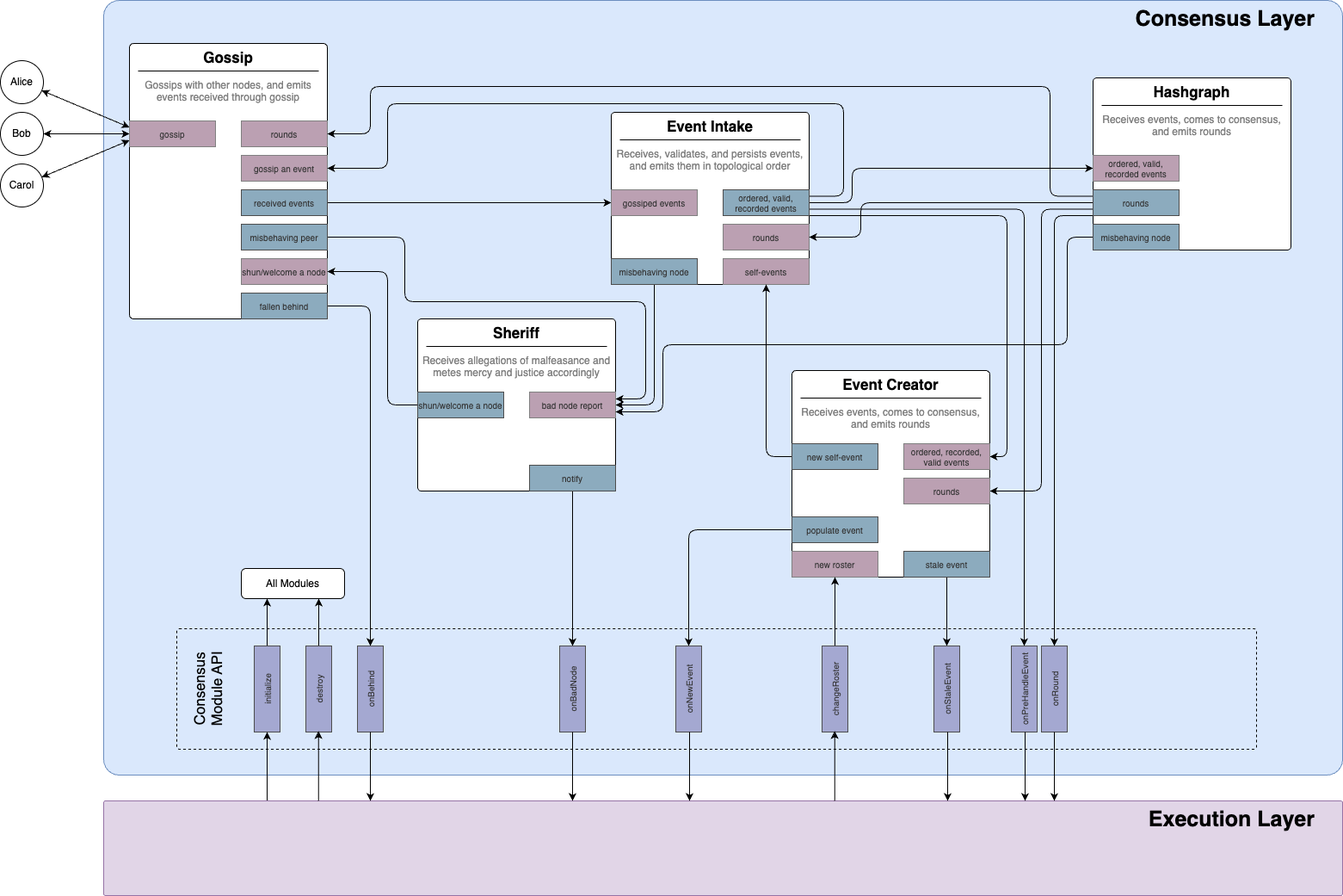
hashgraph/hedera-services keeps this draw.io diagram as platform-sdk/docs/proposals/consensus-layer/consensus-module-arch.png. Above is the earlier version. Source tidied: cells renumbered, new cells last; positions are measured from the earlier drawing's top-left corner, leaving out a move shared by most shapes.
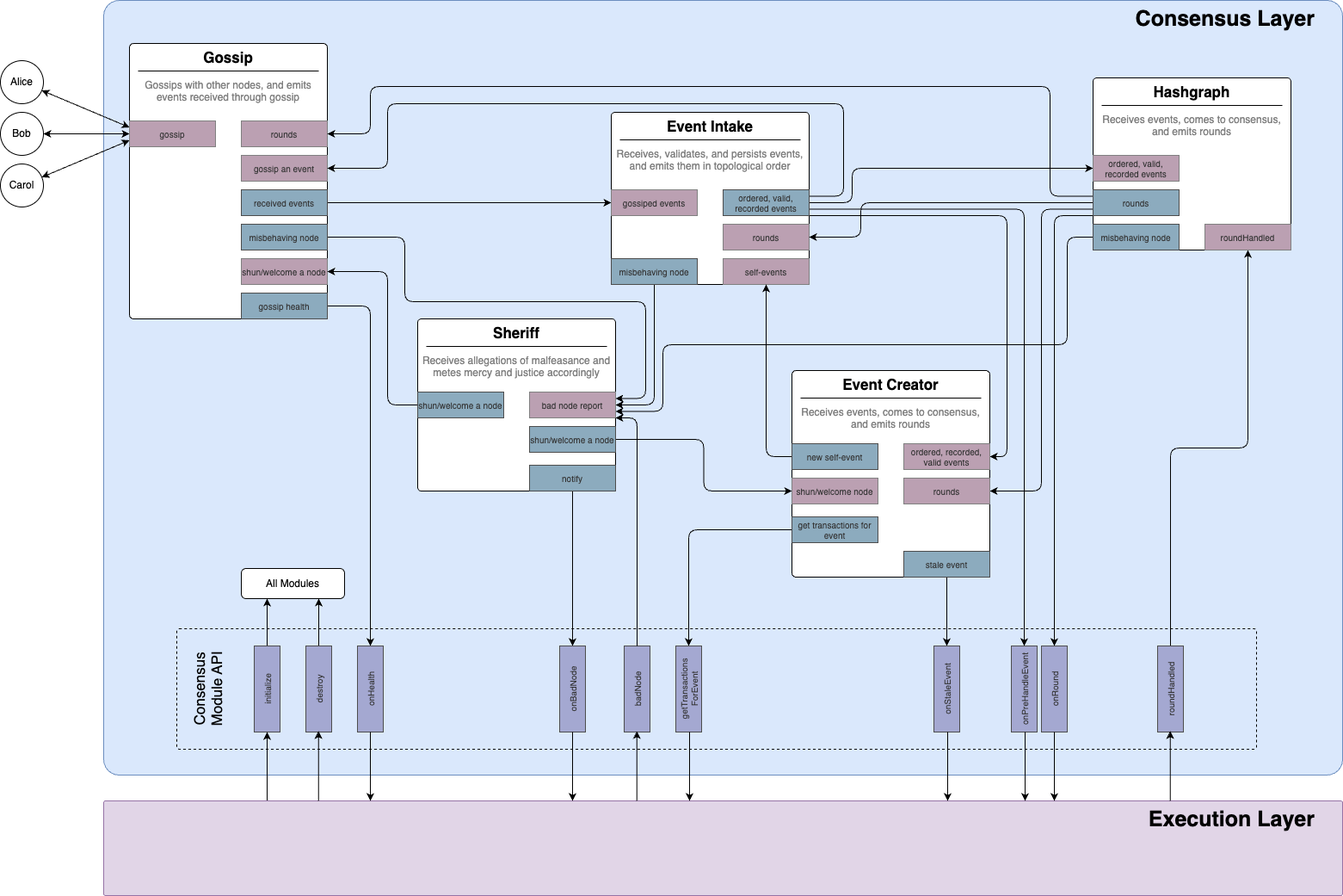
Above is the later version.

Change to the diagram source:
```diff
@@ -49,7 +49,7 @@
         </Array>
       </mxGeometry>
     </mxCell>
-    <mxCell id="15" value="fallen behind" style="rounded=0;whiteSpace=wrap;html=1;fontSize=10;fontColor=#333333;strokeColor=#4D4D4D;align=center;verticalAlign=middle;fontFamily=Helvetica;fillColor=#8CABBE;" parent="1" vertex="1">
+    <mxCell id="15" value="gossip health" style="rounded=0;whiteSpace=wrap;html=1;fontSize=10;fontColor=#333333;strokeColor=#4D4D4D;align=center;verticalAlign=middle;fontFamily=Helvetica;fillColor=#8CABBE;" parent="1" vertex="1">
       <mxGeometry x="280" y="340" width="100" height="30" as="geometry" />
     </mxCell>
     <mxCell id="16" style="edgeStyle=orthogonalEdgeStyle;rounded=1;jettySize=auto;html=1;exitX=1;exitY=0.5;exitDx=0;exitDy=0;entryX=1;entryY=0.25;entryDx=0;entryDy=0;curved=0;" parent="1" edge="1" source="17" target="40">
@@ -63,7 +63,7 @@
         </Array>
       </mxGeometry>
     </mxCell>
-    <mxCell id="17" value="misbehaving peer" style="rounded=0;whiteSpace=wrap;html=1;fontSize=10;fontColor=#333333;strokeColor=#4D4D4D;align=center;verticalAlign=middle;fontFamily=Helvetica;fillColor=#8CABBE;" parent="1" vertex="1">
+    <mxCell id="17" value="misbehaving node" style="rounded=0;whiteSpace=wrap;html=1;fontSize=10;fontColor=#333333;strokeColor=#4D4D4D;align=center;verticalAlign=middle;fontFamily=Helvetica;fillColor=#8CABBE;" parent="1" vertex="1">
       <mxGeometry x="280" y="260" width="100" height="30" as="geometry" />
     </mxCell>
     <mxCell id="18" value="shun/welcome a node" style="rounded=0;whiteSpace=wrap;html=1;fontSize=10;fontColor=#333333;strokeColor=#808080;shadow=0;glass=0;align=center;verticalAlign=middle;fontFamily=Helvetica;fillColor=#BBA0B2;" parent="1" vertex="1">
@@ -251,7 +251,7 @@
     <mxCell id="55" style="edgeStyle=orthogonalEdgeStyle;rounded=1;jettySize=auto;html=1;exitX=0;exitY=0.5;exitDx=0;exitDy=0;entryX=1;entryY=0.5;entryDx=0;entryDy=0;curved=0;" parent="1" edge="1" source="56" target="65">
       <mxGeometry relative="1" as="geometry" />
     </mxCell>
-    <mxCell id="56" value="populate event" style="rounded=0;whiteSpace=wrap;html=1;fontSize=10;fontColor=#333333;strokeColor=#4D4D4D;fillColor=#8CABBE;" parent="1" vertex="1">
+    <mxCell id="56" value="get transactions for event" style="rounded=0;whiteSpace=wrap;html=1;fontSize=10;fontColor=#333333;strokeColor=#4D4D4D;fillColor=#8CABBE;" parent="1" vertex="1">
       <mxGeometry x="920" y="600" width="100" height="30" as="geometry" />
     </mxCell>
     <mxCell id="57" value="ordered, recorded, valid events" style="rounded=0;whiteSpace=wrap;html=1;fontSize=10;fontColor=#333333;strokeColor=#808080;shadow=0;glass=0;align=center;verticalAlign=middle;fontFamily=Helvetica;fillColor=#BBA0B2;" parent="1" vertex="1">
@@ -266,9 +266,6 @@
     <mxCell id="60" value="stale event" style="rounded=0;whiteSpace=wrap;html=1;fontSize=10;fontColor=#333333;strokeColor=#4D4D4D;fillColor=#8CABBE;" parent="1" vertex="1">
       <mxGeometry x="1050" y="640" width="100" height="30" as="geometry" />
     </mxCell>
-    <mxCell id="61" value="new roster" style="rounded=0;whiteSpace=wrap;html=1;fontSize=10;fontColor=#333333;strokeColor=#808080;fillColor=#BBA0B2;shadow=0;glass=0;align=center;verticalAlign=middle;fontFamily=Helvetica;" parent="1" vertex="1">
-      <mxGeometry x="920" y="640" width="100" height="30" as="geometry" />
-    </mxCell>
     <mxCell id="62" value="onBadNode" style="rounded=0;whiteSpace=wrap;html=1;fontSize=10;fontColor=#333333;strokeColor=#4D4D4D;fillColor=#A4A8D1;rotation=-90;" parent="1" vertex="1">
       <mxGeometry x="615" y="785" width="100" height="30" as="geometry" />
     </mxCell>
@@ -278,14 +275,14 @@
     <mxCell id="64" value="initialize" style="rounded=0;whiteSpace=wrap;html=1;fontSize=10;fontColor=#333333;strokeColor=#4D4D4D;fillColor=#A4A8D1;rotation=-90;" parent="1" vertex="1">
       <mxGeometry x="260" y="785" width="100" height="30" as="geometry" />
     </mxCell>
-    <mxCell id="65" value="onNewEvent" style="rounded=0;whiteSpace=wrap;html=1;fontSize=10;fontColor=#333333;strokeColor=#4D4D4D;fillColor=#A4A8D1;rotation=-90;" parent="1" vertex="1">
+    <mxCell id="65" value="getTransactions&lt;div&gt;ForEvent&lt;/div&gt;" style="rounded=0;whiteSpace=wrap;html=1;fontSize=10;fontColor=#333333;strokeColor=#4D4D4D;fillColor=#A4A8D1;rotation=-90;" parent="1" vertex="1">
       <mxGeometry x="750" y="785" width="100" height="30" as="geometry" />
     </mxCell>
-    <mxCell id="66" style="edgeStyle=orthogonalEdgeStyle;rounded=1;jettySize=auto;html=1;curved=0;exitX=1;exitY=0.5;exitDx=0;exitDy=0;" parent="1" edge="1" source="67" target="61">
-      <mxGeometry relative="1" as="geometry" />
-    </mxCell>
+    <mxCell id="85" style="edgeStyle=orthogonalEdgeStyle;rounded=1;jettySize=auto;html=1;curved=0;exitX=1;exitY=0.5;exitDx=0;exitDy=0;" parent="1" edge="1" source="67" target="92">
+      <mxGeometry relative="1" as="geometry" />
+    </mxCell>
-    <mxCell id="67" value="changeRoster" style="rounded=0;whiteSpace=wrap;html=1;fontSize=10;fontColor=#333333;strokeColor=#4D4D4D;fillColor=#A4A8D1;rotation=-90;" parent="1" vertex="1">
-      <mxGeometry x="920" y="785" width="100" height="30" as="geometry" />
+    <mxCell id="67" value="roundHandled" style="rounded=0;whiteSpace=wrap;html=1;fontSize=10;fontColor=#333333;strokeColor=#4D4D4D;fillColor=#A4A8D1;rotation=-90;" parent="1" vertex="1">
+      <mxGeometry x="1310" y="785" width="100" height="30" as="geometry" />
     </mxCell>
     <mxCell id="68" value="onStaleEvent" style="rounded=0;whiteSpace=wrap;html=1;fontSize=10;fontColor=#333333;strokeColor=#4D4D4D;fillColor=#A4A8D1;rotation=-90;" parent="1" vertex="1">
       <mxGeometry x="1050" y="785" width="100" height="30" as="geometry" />
@@ -302,7 +299,7 @@
     <mxCell id="72" value="destroy" style="rounded=0;whiteSpace=wrap;html=1;fontSize=10;fontColor=#333333;strokeColor=#4D4D4D;fillColor=#A4A8D1;rotation=-90;" parent="1" vertex="1">
       <mxGeometry x="320" y="785" width="100" height="30" as="geometry" />
     </mxCell>
-    <mxCell id="73" value="onBehind" style="rounded=0;whiteSpace=wrap;html=1;fontSize=10;fontColor=#333333;strokeColor=#4D4D4D;fillColor=#A4A8D1;rotation=-90;" parent="1" vertex="1">
+    <mxCell id="73" value="onHealth" style="rounded=0;whiteSpace=wrap;html=1;fontSize=10;fontColor=#333333;strokeColor=#4D4D4D;fillColor=#A4A8D1;rotation=-90;" parent="1" vertex="1">
       <mxGeometry x="380" y="785" width="100" height="30" as="geometry" />
     </mxCell>
     <mxCell id="74" value="All Modules" style="rounded=1;whiteSpace=wrap;html=1;" parent="1" vertex="1">
@@ -322,8 +319,8 @@
     </mxCell>
     <mxCell id="78" style="edgeStyle=orthogonalEdgeStyle;rounded=0;orthogonalLoop=1;jettySize=auto;html=1;exitX=0.132;exitY=0.012;exitDx=0;exitDy=0;entryX=0;entryY=0.5;entryDx=0;entryDy=0;exitPerimeter=0;" parent="1" edge="1">
       <mxGeometry relative="1" as="geometry">
-        <mxPoint x="969.7" y="930" as="sourcePoint" />
-        <mxPoint x="969.7" y="849" as="targetPoint" />
+        <mxPoint x="1359.7" y="930" as="sourcePoint" />
+        <mxPoint x="1359.7" y="849" as="targetPoint" />
       </mxGeometry>
     </mxCell>
     <mxCell id="79" style="edgeStyle=orthogonalEdgeStyle;rounded=0;jettySize=auto;html=1;" parent="1" edge="1" source="73">
@@ -361,5 +358,33 @@
         <mxPoint x="1225" y="930" as="targetPoint" />
       </mxGeometry>
     </mxCell>
+    <mxCell id="86" style="edgeStyle=orthogonalEdgeStyle;rounded=1;jettySize=auto;html=1;entryX=0;entryY=0.5;entryDx=0;entryDy=0;curved=0;" parent="1" edge="1" source="87" target="88">
+      <mxGeometry relative="1" as="geometry" />
+    </mxCell>
+    <mxCell id="87" value="shun/welcome a node" style="rounded=0;whiteSpace=wrap;html=1;fontSize=10;fontColor=#333333;strokeColor=#4D4D4D;fillColor=#8CABBE;" parent="1" vertex="1">
+      <mxGeometry x="615" y="495" width="100" height="30" as="geometry" />
+    </mxCell>
+    <mxCell id="88" value="shun/welcome node" style="rounded=0;whiteSpace=wrap;html=1;fontSize=10;fontColor=#333333;strokeColor=#808080;shadow=0;glass=0;align=center;verticalAlign=middle;fontFamily=Helvetica;fillColor=#BBA0B2;" parent="1" vertex="1">
+      <mxGeometry x="920" y="555" width="100" height="30" as="geometry" />
+    </mxCell>
+    <mxCell id="89" value="badNode" style="rounded=0;whiteSpace=wrap;html=1;fontSize=10;fontColor=#333333;strokeColor=#4D4D4D;fillColor=#A4A8D1;rotation=-90;" parent="1" vertex="1">
+      <mxGeometry x="690" y="785" width="100" height="30" as="geometry" />
+    </mxCell>
+    <mxCell id="90" style="edgeStyle=orthogonalEdgeStyle;rounded=1;jettySize=auto;html=1;curved=0;entryX=1;entryY=1;entryDx=0;entryDy=0;" parent="1" edge="1" source="89" target="40">
+      <mxGeometry relative="1" as="geometry">
+        <Array as="points">
+          <mxPoint x="740" y="485" />
+        </Array>
+      </mxGeometry>
+    </mxCell>
+    <mxCell id="91" style="edgeStyle=orthogonalEdgeStyle;rounded=0;orthogonalLoop=1;jettySize=auto;html=1;exitX=0.132;exitY=0.012;exitDx=0;exitDy=0;entryX=0;entryY=0.5;entryDx=0;entryDy=0;exitPerimeter=0;" parent="1" edge="1">
+      <mxGeometry relative="1" as="geometry">
+        <mxPoint x="739.8" y="930" as="sourcePoint" />
+        <mxPoint x="739.8" y="849" as="targetPoint" />
+      </mxGeometry>
+    </mxCell>
+    <mxCell id="92" value="roundHandled" style="rounded=0;whiteSpace=wrap;html=1;fontSize=10;fontColor=#333333;strokeColor=#808080;shadow=0;glass=0;align=center;verticalAlign=middle;fontFamily=Helvetica;fillColor=#BBA0B2;" parent="1" vertex="1">
+      <mxGeometry x="1400" y="260" width="100" height="30" as="geometry" />
+    </mxCell>
   </root>
 </mxGraphModel>
```
